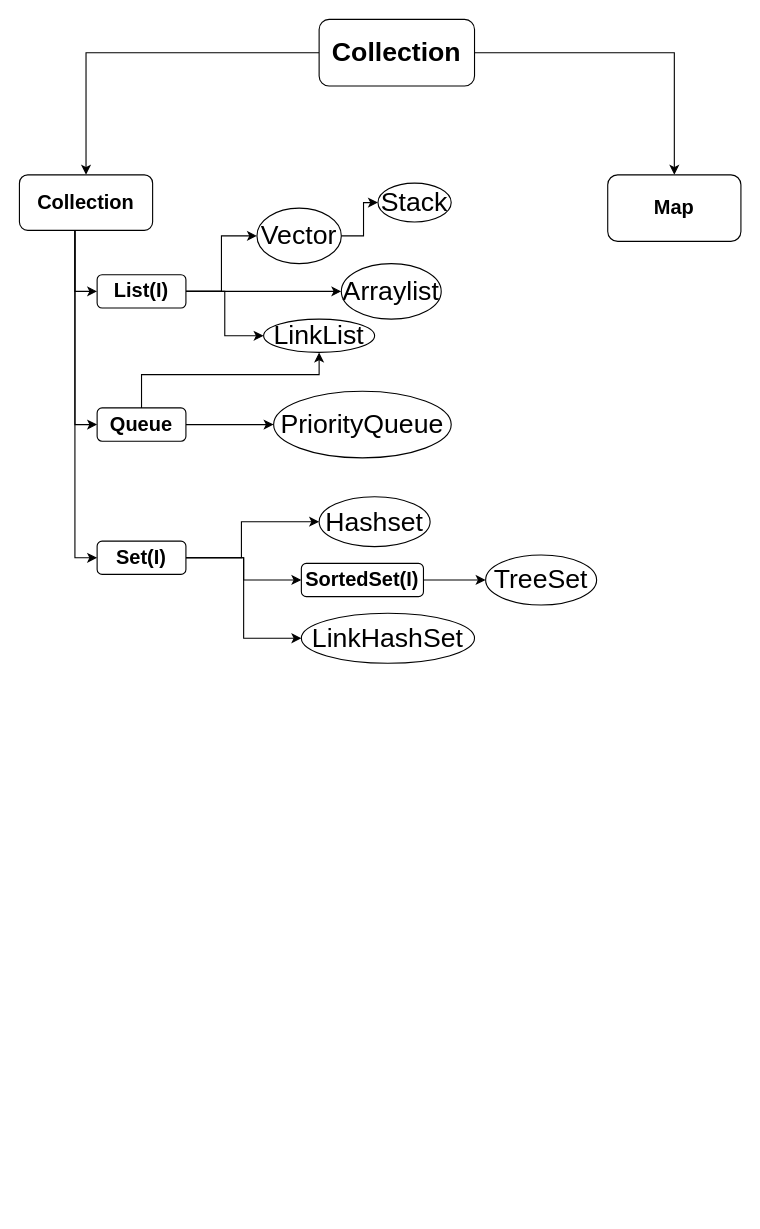
Earlier version of the draw.io diagram page "Page-4" (4 of 4) of AWS.drawio (Dhruv9066/Assignment). Source tidied: cells renumbered, new cells numbered last; positions are measured from the earlier drawing's top-left corner, leaving out a move shared by most shapes. Both pictures are drawn from the tidied source at 111%, with x=0, y=0 at pixel (19, 19).
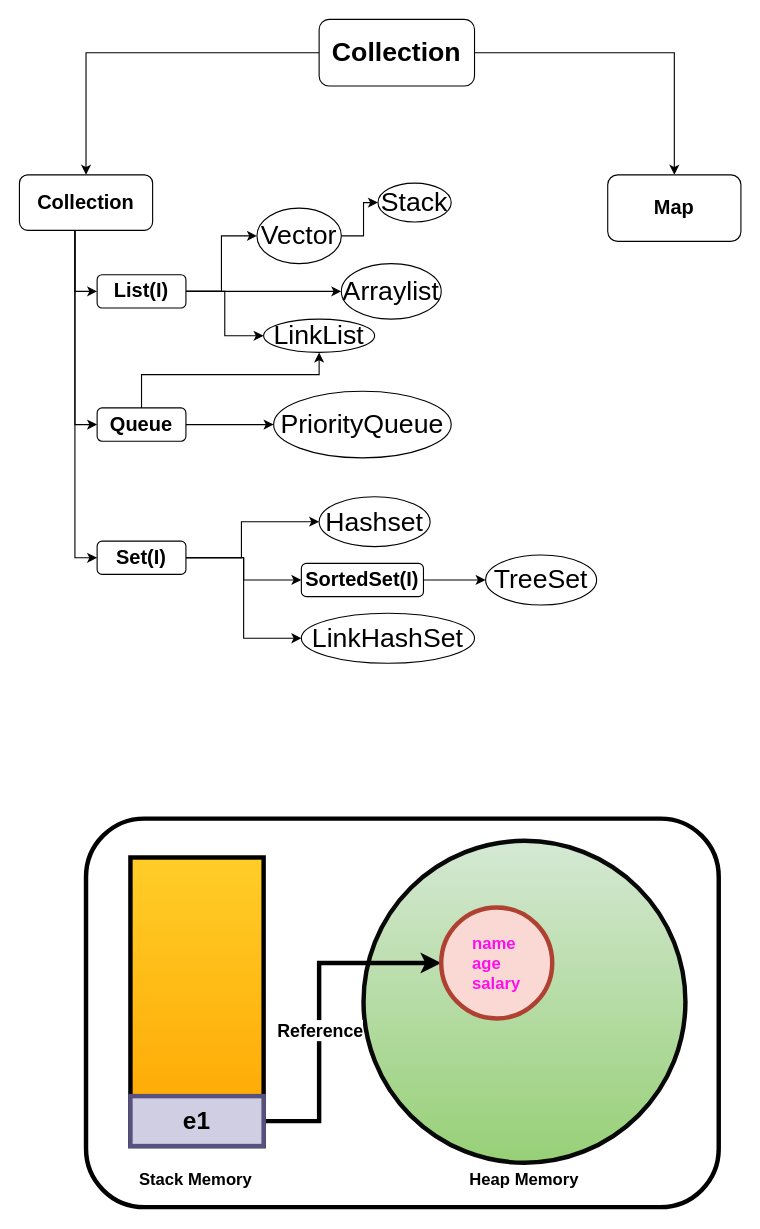
The same diagram, later.

Change to the diagram source:
```diff
@@
+    <mxCell id="32" style="rounded=1;whiteSpace=wrap;html=1;strokeWidth=4;" parent="1" vertex="1">
+      <mxGeometry x="60" y="720" width="570" height="350" as="geometry" />
+    </mxCell>
+    <mxCell id="33" style="rounded=0;whiteSpace=wrap;html=1;fillColor=#ffcd28;strokeColor=#000000;strokeWidth=4;gradientColor=#ffa500;" parent="1" vertex="1">
+      <mxGeometry x="100" y="755" width="120" height="260" as="geometry" />
+    </mxCell>
+    <mxCell id="34" style="ellipse;whiteSpace=wrap;html=1;fillColor=#d5e8d4;strokeColor=#080808;strokeWidth=4;gradientColor=#97d077;" parent="1" vertex="1">
+      <mxGeometry x="310" y="740" width="290" height="290" as="geometry" />
+    </mxCell>
+    <mxCell id="35" style="edgeStyle=orthogonalEdgeStyle;rounded=0;jettySize=auto;html=1;strokeWidth=4;" parent="1" edge="1" source="37" target="38">
+      <mxGeometry relative="1" as="geometry">
+        <Array as="points">
+          <mxPoint x="270" y="993" />
+          <mxPoint x="270" y="850" />
+        </Array>
+      </mxGeometry>
+    </mxCell>
+    <mxCell id="36" value="&lt;b&gt;&lt;font style=&quot;font-size: 16px;&quot;&gt;Reference&lt;/font&gt;&lt;/b&gt;" style="edgeLabel;html=1;align=center;verticalAlign=middle;" parent="35" vertex="1">
+      <mxGeometry x="-0.2" y="-3" relative="1" as="geometry">
+        <mxPoint x="-3" y="-11" as="offset" />
+      </mxGeometry>
+    </mxCell>
+    <mxCell id="37" value="&lt;font style=&quot;font-size: 22px;&quot;&gt;&lt;b&gt;e1&lt;/b&gt;&lt;/font&gt;" style="rounded=0;whiteSpace=wrap;html=1;fillColor=#d0cee2;strokeColor=#56517e;strokeWidth=4;" parent="1" vertex="1">
+      <mxGeometry x="100" y="970" width="120" height="45" as="geometry" />
+    </mxCell>
+    <mxCell id="38" value="&lt;div style=&quot;text-align: left; font-size: 15px;&quot;&gt;&lt;span style=&quot;background-color: initial;&quot;&gt;&lt;font color=&quot;#ff0fe7&quot; style=&quot;font-size: 15px;&quot;&gt;&lt;b&gt;name&lt;/b&gt;&lt;/font&gt;&lt;/span&gt;&lt;/div&gt;&lt;div style=&quot;text-align: left; font-size: 15px;&quot;&gt;&lt;span style=&quot;background-color: initial;&quot;&gt;&lt;font color=&quot;#ff0fe7&quot; style=&quot;font-size: 15px;&quot;&gt;&lt;b&gt;age&amp;nbsp;&lt;/b&gt;&lt;/font&gt;&lt;/span&gt;&lt;/div&gt;&lt;div style=&quot;text-align: left; font-size: 15px;&quot;&gt;&lt;span style=&quot;background-color: initial;&quot;&gt;&lt;font color=&quot;#ff0fe7&quot; style=&quot;font-size: 15px;&quot;&gt;&lt;b&gt;salary&lt;/b&gt;&lt;/font&gt;&lt;/span&gt;&lt;/div&gt;" style="ellipse;whiteSpace=wrap;html=1;fillColor=#fad9d5;strokeColor=#ae4132;strokeWidth=4;" parent="1" vertex="1">
+      <mxGeometry x="380" y="800" width="100" height="100" as="geometry" />
+    </mxCell>
+    <mxCell id="39" value="&lt;b&gt;&lt;font style=&quot;font-size: 15px;&quot;&gt;Stack&amp;nbsp;&lt;/font&gt;&lt;/b&gt;&lt;span style=&quot;font-size: 15px;&quot;&gt;&lt;b&gt;Memory&lt;/b&gt;&lt;/span&gt;" style="text;html=1;strokeColor=none;fillColor=none;align=center;verticalAlign=middle;whiteSpace=wrap;rounded=0;" parent="1" vertex="1">
+      <mxGeometry x="104" y="1030" width="110" height="30" as="geometry" />
+    </mxCell>
+    <mxCell id="40" value="&lt;b&gt;&lt;font style=&quot;font-size: 15px;&quot;&gt;Heap&amp;nbsp;&lt;/font&gt;&lt;/b&gt;&lt;span style=&quot;font-size: 15px;&quot;&gt;&lt;b&gt;Memory&lt;/b&gt;&lt;/span&gt;" style="text;html=1;strokeColor=none;fillColor=none;align=center;verticalAlign=middle;whiteSpace=wrap;rounded=0;" parent="1" vertex="1">
+      <mxGeometry x="400" y="1030" width="110" height="30" as="geometry" />
+    </mxCell>
```
